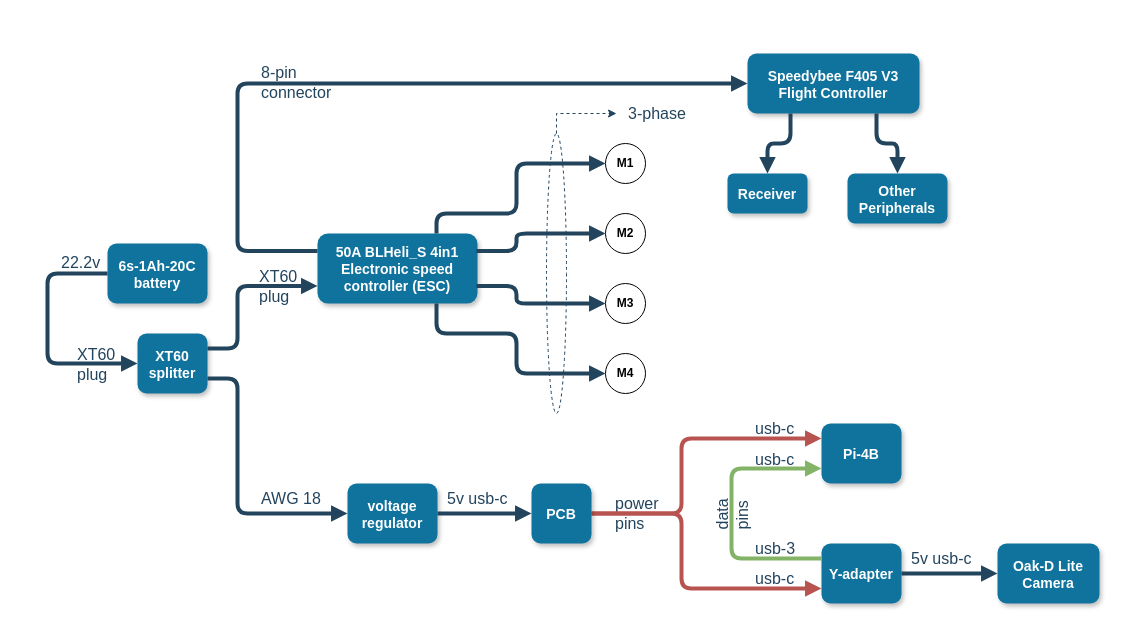
MichaelThamm/autonomous-drone keeps this draw.io diagram as electrical-design/wiring-diagram.drawio. Above is the earlier version. Source tidied: cells renumbered, new cells numbered last; positions are measured from the earlier drawing's top-left corner, leaving out a move shared by most shapes. Both pictures are drawn from the tidied source at 100%, with x=0, y=0 at pixel (37, 17).
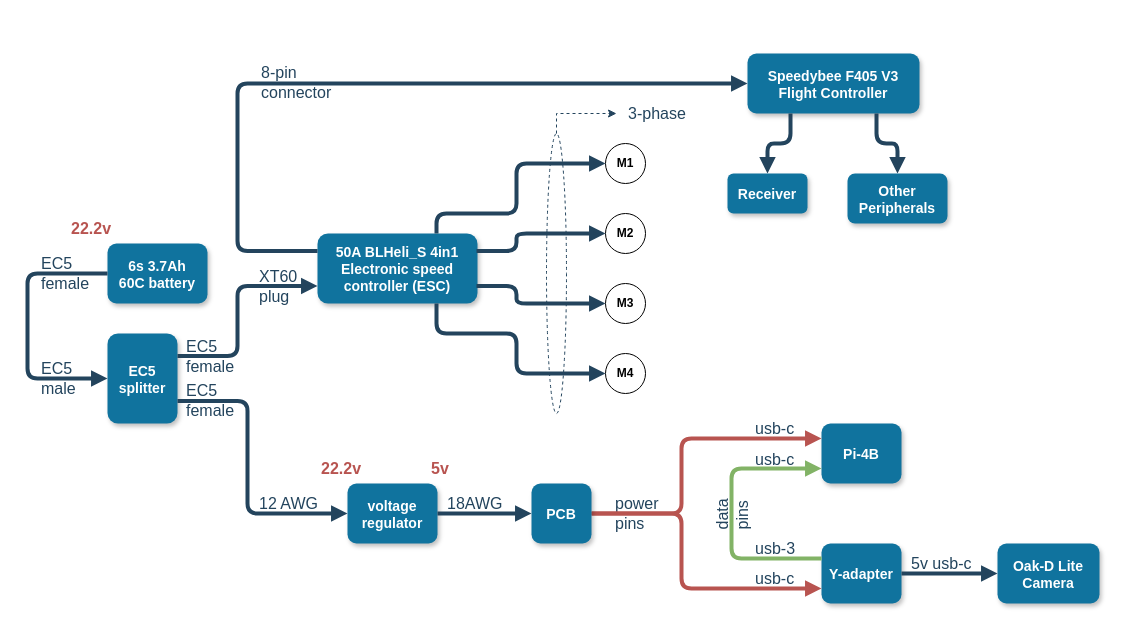
The same page after the edit.

Unchanged cells that the change refers to:
```xml
<mxCell id="13" value="voltage&#10;regulator" style="rounded=1;fillColor=#10739E;strokeColor=none;shadow=1;gradientColor=none;fontStyle=1;fontColor=#FFFFFF;fontSize=14;" parent="1" vertex="1">
  <mxGeometry x="310" y="466" width="90" height="60" as="geometry" />
</mxCell>
```

The edit, as a diff of the source:
```diff
@@
-    <mxCell id="4" value="&lt;font style=&quot;font-size: 16px;&quot;&gt;XT60&lt;br&gt;plug&lt;br&gt;&lt;/font&gt;" style="edgeLabel;html=1;align=left;verticalAlign=middle;labelBackgroundColor=none;fontColor=#23445D;" parent="1" vertex="1">
-      <mxGeometry x="16" y="282" as="geometry">
+    <mxCell id="4" value="&lt;font style=&quot;font-size: 16px;&quot;&gt;EC5&lt;br&gt;female&lt;br&gt;&lt;/font&gt;" style="edgeLabel;html=1;align=left;verticalAlign=middle;labelBackgroundColor=none;fontColor=#23445D;" parent="1" vertex="1">
+      <mxGeometry x="-20" y="191" as="geometry">
         <mxPoint x="22" y="64" as="offset" />
       </mxGeometry>
     </mxCell>
@@
-    <mxCell id="8" value="&lt;font style=&quot;font-size: 16px;&quot;&gt;22.2v&lt;/font&gt;" style="edgeLabel;html=1;align=left;verticalAlign=middle;labelBackgroundColor=none;fontColor=#23445D;" parent="1" vertex="1">
-      <mxGeometry y="180" as="geometry">
+    <mxCell id="8" value="&lt;font style=&quot;font-size: 16px;&quot;&gt;22.2v&lt;/font&gt;" style="edgeLabel;html=1;align=left;verticalAlign=middle;labelBackgroundColor=none;fontColor=#B85450;fontStyle=1;" parent="1" vertex="1">
+      <mxGeometry x="10" y="146" as="geometry">
         <mxPoint x="22" y="64" as="offset" />
       </mxGeometry>
     </mxCell>
@@
-    <mxCell id="12" value="XT60&#10;splitter" style="rounded=1;fillColor=#10739E;strokeColor=none;shadow=1;gradientColor=none;fontStyle=1;fontColor=#FFFFFF;fontSize=14;" parent="1" vertex="1">
-      <mxGeometry x="100" y="316" width="70" height="60" as="geometry" />
+    <mxCell id="12" value="EC5&#10;splitter" style="rounded=1;fillColor=#10739E;strokeColor=none;shadow=1;gradientColor=none;fontStyle=1;fontColor=#FFFFFF;fontSize=14;" parent="1" vertex="1">
+      <mxGeometry x="70" y="316" width="70" height="90" as="geometry" />
     </mxCell>
@@
     <mxCell id="16" style="edgeStyle=elbowEdgeStyle;strokeWidth=4;endArrow=block;endFill=1;fontStyle=1;strokeColor=#23445D;exitX=1;exitY=0.75;exitDx=0;exitDy=0;entryX=0;entryY=0.5;entryDx=0;entryDy=0;" parent="1" edge="1" source="12" target="13">
       <mxGeometry x="22" y="165.5" as="geometry">
         <Array as="points">
-          <mxPoint x="200" y="426" />
+          <mxPoint x="210" y="436" />
         </Array>
       </mxGeometry>
     </mxCell>
@@
-    <mxCell id="22" value="&lt;font style=&quot;font-size: 16px;&quot;&gt;5v usb-c&lt;/font&gt;" style="edgeLabel;html=1;align=left;verticalAlign=middle;labelBackgroundColor=none;fontColor=#23445D;" parent="1" vertex="1">
-      <mxGeometry x="386" y="416" as="geometry">
+    <mxCell id="22" value="&lt;font style=&quot;font-size: 16px;&quot;&gt;18AWG&lt;/font&gt;" style="edgeLabel;html=1;align=left;verticalAlign=middle;labelBackgroundColor=none;fontColor=#23445D;" parent="1" vertex="1">
+      <mxGeometry x="386" y="421" as="geometry">
         <mxPoint x="22" y="64" as="offset" />
       </mxGeometry>
     </mxCell>
@@
     <mxCell id="28" value="&lt;font style=&quot;font-size: 16px;&quot;&gt;5v usb-c&lt;/font&gt;" style="edgeLabel;html=1;align=left;verticalAlign=middle;labelBackgroundColor=none;fontColor=#23445D;" parent="1" vertex="1">
-      <mxGeometry x="850" y="476" as="geometry">
+      <mxGeometry x="850" y="481" as="geometry">
         <mxPoint x="22" y="64" as="offset" />
       </mxGeometry>
     </mxCell>
@@
-    <mxCell id="40" value="6s-1Ah-20C&#10;battery" style="rounded=1;fillColor=#10739E;strokeColor=none;shadow=1;gradientColor=none;fontStyle=1;fontColor=#FFFFFF;fontSize=14;" parent="1" vertex="1">
+    <mxCell id="40" value="6s 3.7Ah&#10;60C battery" style="rounded=1;fillColor=#10739E;strokeColor=none;shadow=1;gradientColor=none;fontStyle=1;fontColor=#FFFFFF;fontSize=14;" parent="1" vertex="1">
       <mxGeometry x="70" y="226" width="100" height="60" as="geometry" />
     </mxCell>
     <mxCell id="41" style="edgeStyle=elbowEdgeStyle;strokeWidth=4;endArrow=block;endFill=1;fontStyle=1;strokeColor=#23445D;exitX=0;exitY=0.5;exitDx=0;exitDy=0;entryX=0;entryY=0.5;entryDx=0;entryDy=0;" parent="1" edge="1" source="40" target="12">
       <mxGeometry x="22" y="165.5" as="geometry">
         <Array as="points">
-          <mxPoint x="10" y="306" />
+          <mxPoint x="-10" y="306" />
         </Array>
       </mxGeometry>
     </mxCell>
-    <mxCell id="42" value="&lt;font style=&quot;font-size: 16px;&quot;&gt;AWG 18&lt;/font&gt;" style="edgeLabel;html=1;align=left;verticalAlign=middle;labelBackgroundColor=none;fontColor=#23445D;" parent="1" vertex="1">
-      <mxGeometry x="200" y="416" as="geometry">
-        <mxPoint x="22" y="64" as="offset" />
-      </mxGeometry>
-    </mxCell>
@@
+    <mxCell id="48" value="&lt;font style=&quot;font-size: 16px;&quot;&gt;EC5&lt;br&gt;female&lt;br&gt;&lt;/font&gt;" style="edgeLabel;html=1;align=left;verticalAlign=middle;labelBackgroundColor=none;fontColor=#23445D;" parent="1" vertex="1">
+      <mxGeometry x="125" y="318" as="geometry">
+        <mxPoint x="22" y="64" as="offset" />
+      </mxGeometry>
+    </mxCell>
+    <mxCell id="49" value="&lt;font style=&quot;font-size: 16px;&quot;&gt;EC5&lt;br&gt;male&lt;br&gt;&lt;/font&gt;" style="edgeLabel;html=1;align=left;verticalAlign=middle;labelBackgroundColor=none;fontColor=#23445D;" parent="1" vertex="1">
+      <mxGeometry x="-20" y="296" as="geometry">
+        <mxPoint x="22" y="64" as="offset" />
+      </mxGeometry>
+    </mxCell>
+    <mxCell id="50" value="&lt;font style=&quot;font-size: 16px;&quot;&gt;12 AWG&lt;br&gt;&lt;/font&gt;" style="edgeLabel;html=1;align=left;verticalAlign=middle;labelBackgroundColor=none;fontColor=#23445D;" parent="1" vertex="1">
+      <mxGeometry x="198" y="421" as="geometry">
+        <mxPoint x="22" y="64" as="offset" />
+      </mxGeometry>
+    </mxCell>
+    <mxCell id="51" value="&lt;font style=&quot;font-size: 16px;&quot;&gt;EC5&lt;br&gt;female&lt;br&gt;&lt;/font&gt;" style="edgeLabel;html=1;align=left;verticalAlign=middle;labelBackgroundColor=none;fontColor=#23445D;" parent="1" vertex="1">
+      <mxGeometry x="125" y="274" as="geometry">
+        <mxPoint x="22" y="64" as="offset" />
+      </mxGeometry>
+    </mxCell>
+    <mxCell id="52" value="&lt;font style=&quot;font-size: 16px;&quot;&gt;5v&lt;/font&gt;" style="edgeLabel;html=1;align=left;verticalAlign=middle;labelBackgroundColor=none;fontColor=#B85450;fontStyle=1;" parent="1" vertex="1">
+      <mxGeometry x="370" y="386" as="geometry">
+        <mxPoint x="22" y="64" as="offset" />
+      </mxGeometry>
+    </mxCell>
+    <mxCell id="53" value="&lt;font style=&quot;font-size: 16px;&quot;&gt;22.2v&lt;/font&gt;" style="edgeLabel;html=1;align=left;verticalAlign=middle;labelBackgroundColor=none;fontColor=#B85450;fontStyle=1;" parent="1" vertex="1">
+      <mxGeometry x="260" y="386" as="geometry">
+        <mxPoint x="22" y="64" as="offset" />
+      </mxGeometry>
+    </mxCell>
```
